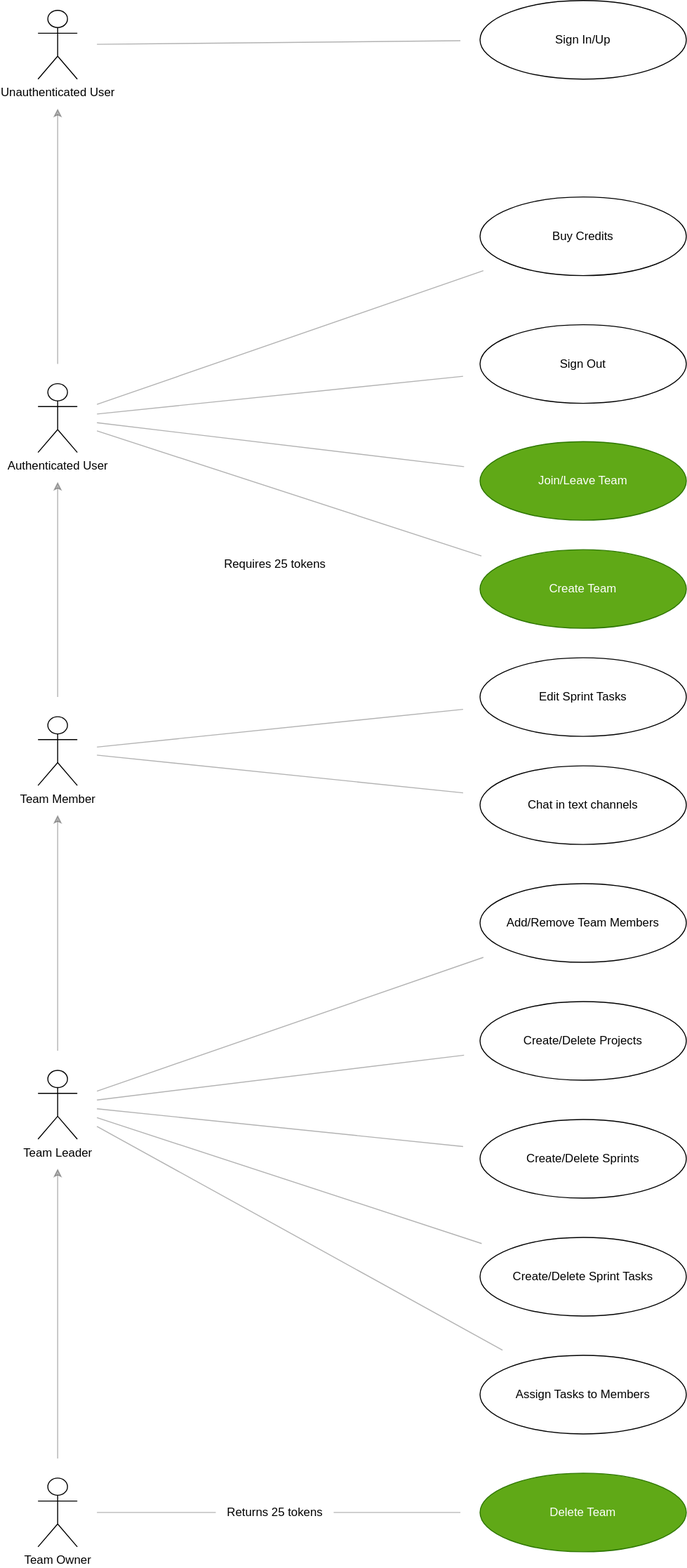
john-prutton/tarc keeps this draw.io diagram as packages/domain/src/use-cases/index.drawio.svg. Above is the earlier version. Source tidied: cells renumbered, new cells last; positions are measured from the earlier drawing's top-left corner, leaving out a move shared by most shapes.
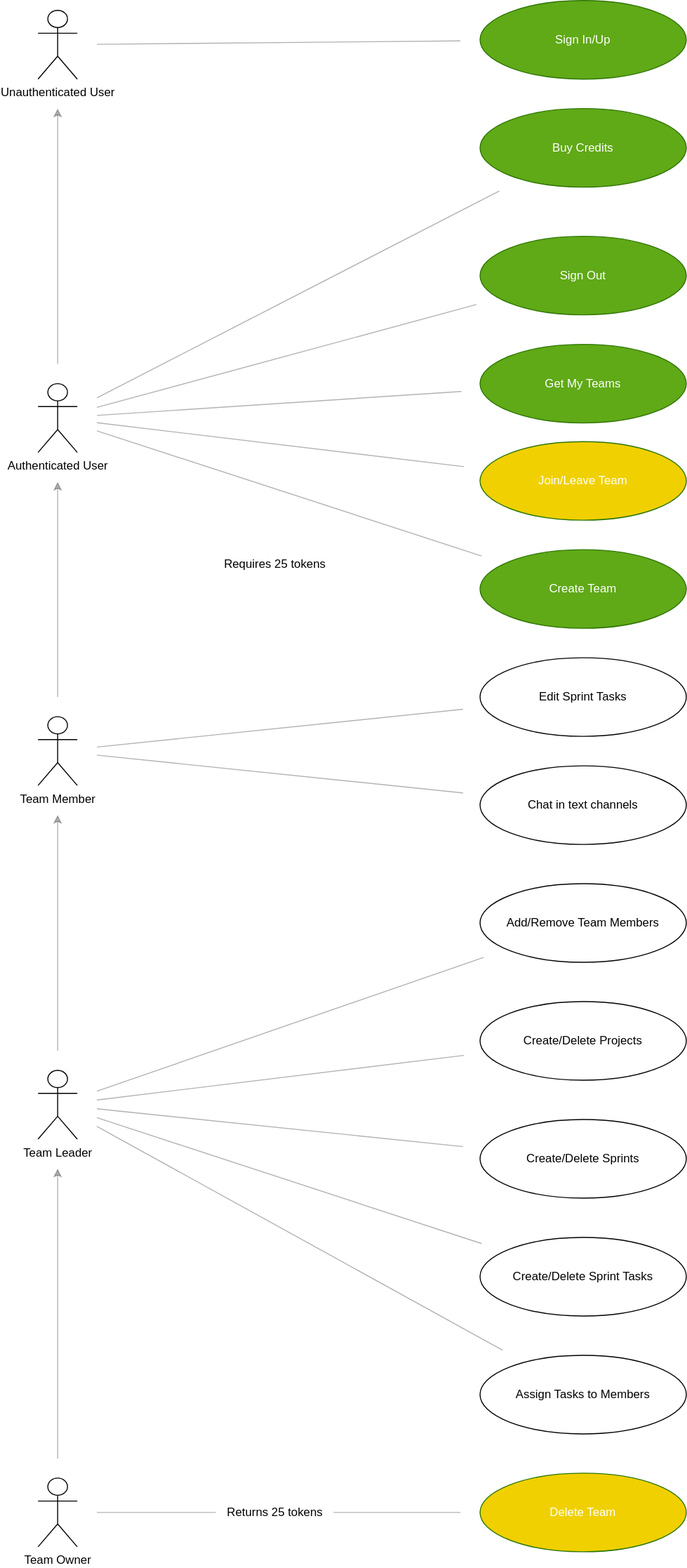
After the change.

Commit message:
docs: update uml todos

Diff of the diagram source:
```diff
@@ -23,7 +23,7 @@
     <mxCell id="8" value="Assign Tasks to Members" style="ellipse;whiteSpace=wrap;html=1;" parent="1" vertex="1">
       <mxGeometry x="450" y="1379" width="210" height="80" as="geometry" />
     </mxCell>
-    <mxCell id="9" value="Delete Team" style="ellipse;whiteSpace=wrap;html=1;fillColor=#60a917;fontColor=#ffffff;strokeColor=#2D7600;" parent="1" vertex="1">
+    <mxCell id="9" value="Delete Team" style="ellipse;whiteSpace=wrap;html=1;fillColor=#F0D000;fontColor=#ffffff;strokeColor=#2D7600;" parent="1" vertex="1">
       <mxGeometry x="450" y="1499" width="210" height="80" as="geometry" />
     </mxCell>
     <mxCell id="10" value="Team Owner" style="shape=umlActor;verticalLabelPosition=bottom;verticalAlign=top;html=1;outlineConnect=0;" parent="1" vertex="1">
@@ -71,7 +71,7 @@
     <mxCell id="24" style="rounded=0;jettySize=auto;html=1;endArrow=none;endFill=0;targetPerimeterSpacing=20;sourcePerimeterSpacing=20;endSize=6;opacity=30;" parent="1" edge="1" source="22" target="25">
       <mxGeometry relative="1" as="geometry" />
     </mxCell>
-    <mxCell id="25" value="Join/Leave Team" style="ellipse;whiteSpace=wrap;html=1;fillColor=#60a917;fontColor=#ffffff;strokeColor=#2D7600;" parent="1" vertex="1">
+    <mxCell id="25" value="Join/Leave Team" style="ellipse;whiteSpace=wrap;html=1;fillColor=#F0D000;fontColor=#ffffff;strokeColor=#2D7600;" parent="1" vertex="1">
       <mxGeometry x="450" y="449" width="210" height="80" as="geometry" />
     </mxCell>
     <mxCell id="26" value="Create/Delete Sprints" style="ellipse;whiteSpace=wrap;html=1;" parent="1" vertex="1">
@@ -98,13 +98,13 @@
     <mxCell id="33" value="Unauthenticated User" style="shape=umlActor;verticalLabelPosition=bottom;verticalAlign=top;html=1;outlineConnect=0;" parent="1" vertex="1">
       <mxGeometry y="10" width="40" height="70" as="geometry" />
     </mxCell>
-    <mxCell id="34" value="Sign Out" style="ellipse;whiteSpace=wrap;html=1;" parent="1" vertex="1">
-      <mxGeometry x="450" y="330" width="210" height="80" as="geometry" />
+    <mxCell id="34" value="Sign Out" style="ellipse;whiteSpace=wrap;html=1;fillColor=#60a917;fontColor=#ffffff;strokeColor=#2D7600;" parent="1" vertex="1">
+      <mxGeometry x="450" y="240" width="210" height="80" as="geometry" />
     </mxCell>
     <mxCell id="35" style="rounded=0;jettySize=auto;html=1;endArrow=none;endFill=0;targetPerimeterSpacing=20;sourcePerimeterSpacing=20;endSize=6;opacity=30;" parent="1" edge="1" source="33" target="36">
       <mxGeometry relative="1" as="geometry" />
     </mxCell>
-    <mxCell id="36" value="Sign In/Up" style="ellipse;whiteSpace=wrap;html=1;" parent="1" vertex="1">
+    <mxCell id="36" value="Sign In/Up" style="ellipse;whiteSpace=wrap;html=1;fillColor=#60a917;fontColor=#ffffff;strokeColor=#2D7600;" parent="1" vertex="1">
       <mxGeometry x="450" width="210" height="80" as="geometry" />
     </mxCell>
     <mxCell id="37" style="rounded=0;jettySize=auto;html=1;endArrow=classic;endFill=1;targetPerimeterSpacing=30;sourcePerimeterSpacing=20;endSize=6;opacity=30;startArrow=none;startFill=0;" parent="1" edge="1" source="22" target="33">
@@ -113,8 +113,14 @@
     <mxCell id="38" style="rounded=0;jettySize=auto;html=1;endArrow=none;endFill=0;targetPerimeterSpacing=20;sourcePerimeterSpacing=20;endSize=6;opacity=30;" parent="1" edge="1" source="22" target="39">
       <mxGeometry relative="1" as="geometry" />
     </mxCell>
-    <mxCell id="39" value="Buy Credits" style="ellipse;whiteSpace=wrap;html=1;" parent="1" vertex="1">
-      <mxGeometry x="450" y="200" width="210" height="80" as="geometry" />
+    <mxCell id="39" value="Buy Credits" style="ellipse;whiteSpace=wrap;html=1;fillColor=#60a917;fontColor=#ffffff;strokeColor=#2D7600;" parent="1" vertex="1">
+      <mxGeometry x="450" y="110" width="210" height="80" as="geometry" />
     </mxCell>
+    <mxCell id="40" style="rounded=0;jettySize=auto;html=1;endArrow=none;endFill=0;targetPerimeterSpacing=20;sourcePerimeterSpacing=20;endSize=6;opacity=30;" parent="1" edge="1" source="22" target="41">
+      <mxGeometry relative="1" as="geometry" />
+    </mxCell>
+    <mxCell id="41" value="Get My Teams" style="ellipse;whiteSpace=wrap;html=1;fillColor=#60a917;fontColor=#ffffff;strokeColor=#2D7600;" parent="1" vertex="1">
+      <mxGeometry x="450" y="350" width="210" height="80" as="geometry" />
+    </mxCell>
   </root>
 </mxGraphModel>
```
